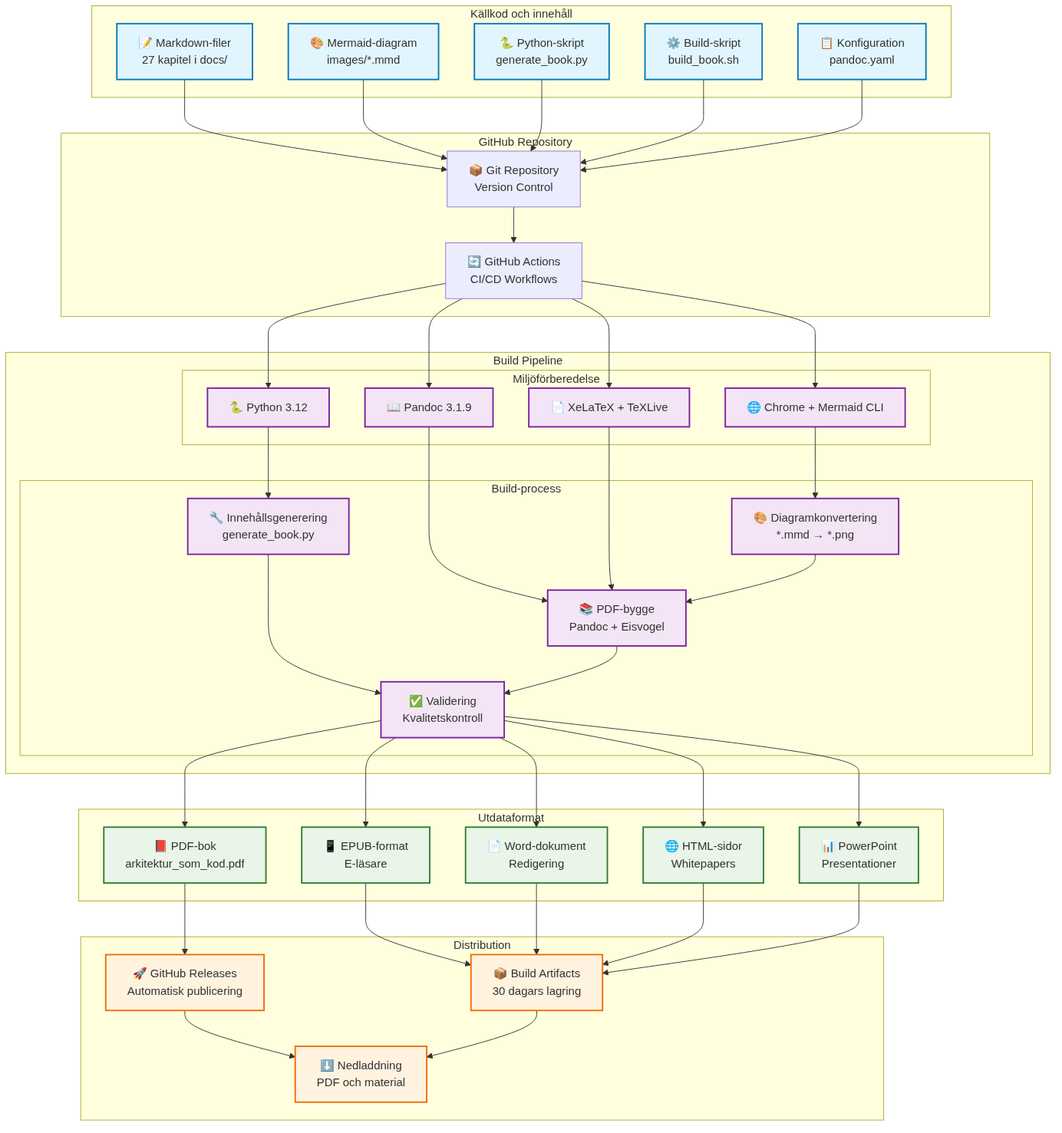
The Mermaid diagram docs/images/diagram_27_technical_structure.png in Geonitab/architecture_as_code, before a commit. Its source is kept beside it as docs/images/diagram_27_technical_structure.mmd. Its diagram source:
```mermaid
graph TB
    subgraph "Källkod och innehåll"
        MD[📝 Markdown-filer<br/>27 kapitel i docs/]
        MMD[🎨 Mermaid-diagram<br/>images/*.mmd]
        PY[🐍 Python-skript<br/>generate_book.py]
        SH[⚙️ Build-skript<br/>build_book.sh]
        YAML[📋 Konfiguration<br/>pandoc.yaml]
    end

    subgraph "GitHub Repository"
        REPO[📦 Git Repository<br/>Version Control]
        GHA[🔄 GitHub Actions<br/>CI/CD Workflows]
    end

    subgraph "Build Pipeline"
        subgraph "Miljöförberedelse"
            PYTHON[🐍 Python 3.12]
            PANDOC[📖 Pandoc 3.1.9]
            LATEX[📄 XeLaTeX + TeXLive]
            CHROME[🌐 Chrome + Mermaid CLI]
        end

        subgraph "Build-process"
            GEN[🔧 Innehållsgenerering<br/>generate_book.py]
            CONV[🎨 Diagramkonvertering<br/>*.mmd → *.png]
            BUILD[📚 PDF-bygge<br/>Pandoc + Eisvogel]
            VAL[✅ Validering<br/>Kvalitetskontroll]
        end
    end

    subgraph "Utdataformat"
        PDF[📕 PDF-bok<br/>architecture_as_code.pdf]
        EPUB[📱 EPUB-format<br/>E-läsare]
        DOCX[📄 Word-dokument<br/>Redigering]
        HTML[🌐 HTML-sidor<br/>Whitepapers]
        PPTX[📊 PowerPoint<br/>Presentationer]
    end

    subgraph "Distribution"
        REL[🚀 GitHub Releases<br/>Automatisk publicering]
        ART[📦 Build Artifacts<br/>30 dagars lagring]
        DOWN[⬇️ Nedladdning<br/>PDF och material]
    end

    MD --> REPO
    MMD --> REPO
    PY --> REPO
    SH --> REPO
    YAML --> REPO

    REPO --> GHA
    GHA --> PYTHON
    GHA --> PANDOC
    GHA --> LATEX
    GHA --> CHROME

    PYTHON --> GEN
    CHROME --> CONV
    PANDOC --> BUILD
    LATEX --> BUILD

    GEN --> VAL
    CONV --> BUILD
    BUILD --> VAL

    VAL --> PDF
    VAL --> EPUB
    VAL --> DOCX
    VAL --> HTML
    VAL --> PPTX

    PDF --> REL
    EPUB --> ART
    DOCX --> ART
    HTML --> ART
    PPTX --> ART

    REL --> DOWN
    ART --> DOWN

    class MD,MMD,PY,SH,YAML kv-highlight
    class REPO,GHA kv-outline
    class PYTHON,PANDOC,LATEX,CHROME,GEN,CONV,BUILD,VAL kv-accent
    class PDF,EPUB,DOCX,HTML,PPTX kv-primary
    class REL,ART,DOWN kv-pattern
```
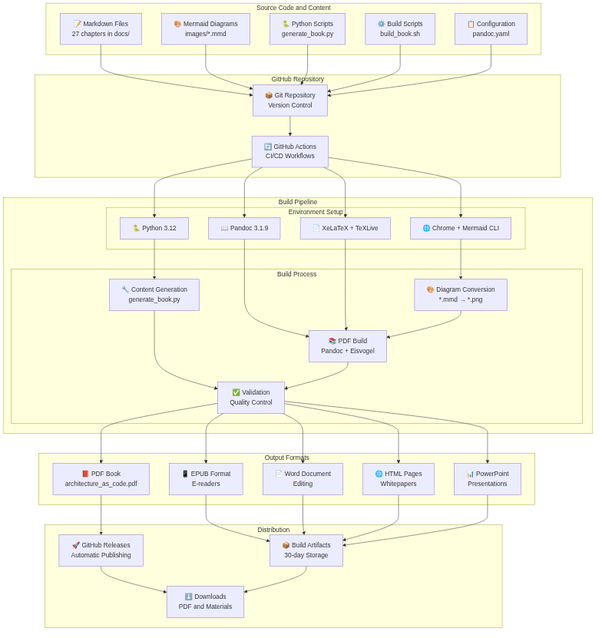
The same diagram one commit later.

Commit message:
Translate Swedish text in Mermaid diagrams to English

Diff of the diagram source:
```diff
@@ -1,10 +1,10 @@
 graph TB
-    subgraph "Källkod och innehåll"
-        MD[📝 Markdown-filer<br/>27 kapitel i docs/]
-        MMD[🎨 Mermaid-diagram<br/>images/*.mmd]
-        PY[🐍 Python-skript<br/>generate_book.py]
-        SH[⚙️ Build-skript<br/>build_book.sh]
-        YAML[📋 Konfiguration<br/>pandoc.yaml]
+    subgraph "Source Code and Content"
+        MD[📝 Markdown Files<br/>27 chapters in docs/]
+        MMD[🎨 Mermaid Diagrams<br/>images/*.mmd]
+        PY[🐍 Python Scripts<br/>generate_book.py]
+        SH[⚙️ Build Scripts<br/>build_book.sh]
+        YAML[📋 Configuration<br/>pandoc.yaml]
     end
 
     subgraph "GitHub Repository"
@@ -13,33 +13,33 @@
     end
 
     subgraph "Build Pipeline"
-        subgraph "Miljöförberedelse"
+        subgraph "Environment Setup"
             PYTHON[🐍 Python 3.12]
             PANDOC[📖 Pandoc 3.1.9]
             LATEX[📄 XeLaTeX + TeXLive]
             CHROME[🌐 Chrome + Mermaid CLI]
         end
 
-        subgraph "Build-process"
-            GEN[🔧 Innehållsgenerering<br/>generate_book.py]
-            CONV[🎨 Diagramkonvertering<br/>*.mmd → *.png]
-            BUILD[📚 PDF-bygge<br/>Pandoc + Eisvogel]
-            VAL[✅ Validering<br/>Kvalitetskontroll]
+        subgraph "Build Process"
+            GEN[🔧 Content Generation<br/>generate_book.py]
+            CONV[🎨 Diagram Conversion<br/>*.mmd → *.png]
+            BUILD[📚 PDF Build<br/>Pandoc + Eisvogel]
+            VAL[✅ Validation<br/>Quality Control]
         end
     end
 
-    subgraph "Utdataformat"
-        PDF[📕 PDF-bok<br/>architecture_as_code.pdf]
-        EPUB[📱 EPUB-format<br/>E-läsare]
-        DOCX[📄 Word-dokument<br/>Redigering]
-        HTML[🌐 HTML-sidor<br/>Whitepapers]
-        PPTX[📊 PowerPoint<br/>Presentationer]
+    subgraph "Output Formats"
+        PDF[📕 PDF Book<br/>architecture_as_code.pdf]
+        EPUB[📱 EPUB Format<br/>E-readers]
+        DOCX[📄 Word Document<br/>Editing]
+        HTML[🌐 HTML Pages<br/>Whitepapers]
+        PPTX[📊 PowerPoint<br/>Presentations]
     end
 
     subgraph "Distribution"
-        REL[🚀 GitHub Releases<br/>Automatisk publicering]
-        ART[📦 Build Artifacts<br/>30 dagars lagring]
-        DOWN[⬇️ Nedladdning<br/>PDF och material]
+        REL[🚀 GitHub Releases<br/>Automatic Publishing]
+        ART[📦 Build Artifacts<br/>30-day Storage]
+        DOWN[⬇️ Downloads<br/>PDF and Materials]
     end
 
     MD --> REPO
```
